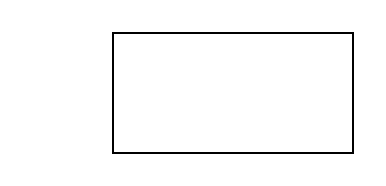
Earlier version of the draw.io diagram Untitled Diagram.drawio (Adexuz7/PrinterMe). Source tidied: cells renumbered, new cells numbered last; positions are measured from the earlier drawing's top-left corner, leaving out a move shared by most shapes. Both pictures are drawn from the tidied source at 200%, with x=0, y=0 at pixel (112, 32).
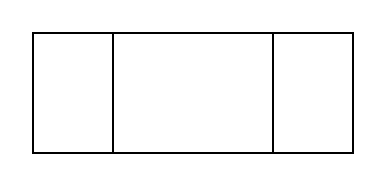
The same page after the edit.

The edit, as a diff of the source:
```diff
@@
 <mxGraphModel>
   <root>
     <mxCell id="0" />
     <mxCell id="1" parent="0" />
     <mxCell id="2" style="rounded=0;whiteSpace=wrap;html=1;" parent="1" vertex="1">
       <mxGeometry width="120" height="60" as="geometry" />
     </mxCell>
+    <mxCell id="3" style="rounded=0;whiteSpace=wrap;html=1;" parent="1" vertex="1">
+      <mxGeometry x="-40" width="120" height="60" as="geometry" />
+    </mxCell>
+    <mxCell id="4" style="rounded=0;whiteSpace=wrap;html=1;" parent="1" vertex="1">
+      <mxGeometry x="-40" width="40" height="60" as="geometry" />
+    </mxCell>
   </root>
 </mxGraphModel>
```
